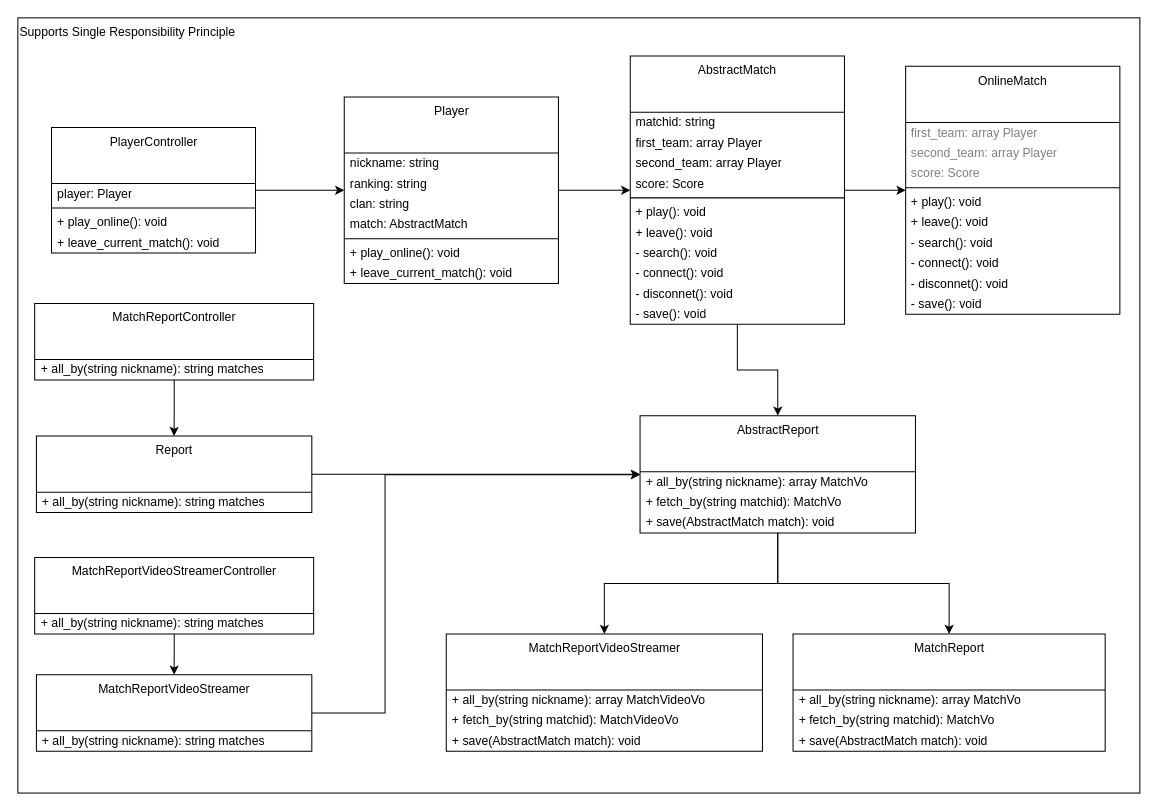
The draw.io diagram page "OCP" (9 of 9) of images/clean-code-clean-classes/clean-classes.drawio in GabrielSlima/blog, before the edit. Source tidied: cells renumbered, new cells numbered last; positions are measured from the earlier drawing's top-left corner, leaving out a move shared by most shapes. Both pictures are drawn from the tidied source at 102%, with x=0, y=0 at pixel (17, 17).
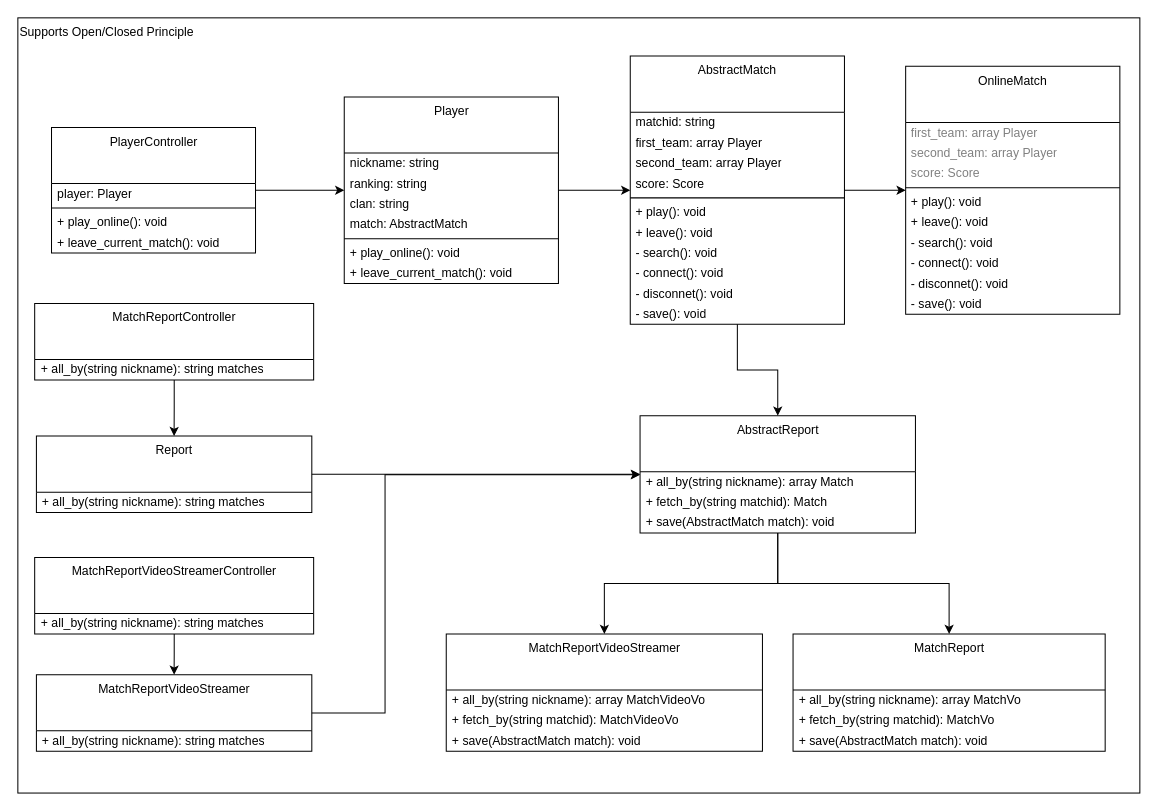
Above is the later version.

Unchanged cells that the change refers to:
```xml
<mxCell id="52" value="AbstractReport" style="swimlane;fontStyle=0;align=center;verticalAlign=top;horizontal=1;startSize=55;html=1;fillColor=none;" parent="1" vertex="1">
  <mxGeometry x="610" y="390" width="270" height="115" as="geometry" />
</mxCell>
```

Diff of the diagram source:
```diff
@@
-    <mxCell id="2" value="Supports Single Responsibility Principle" style="rounded=0;whiteSpace=wrap;html=1;fillColor=none;align=left;verticalAlign=top;" parent="1" vertex="1">
+    <mxCell id="2" value="Supports Open/Closed Principle" style="rounded=0;whiteSpace=wrap;html=1;fillColor=none;align=left;verticalAlign=top;" parent="1" vertex="1">
       <mxGeometry width="1100" height="760" as="geometry" />
     </mxCell>
@@
-    <mxCell id="53" value="+ all_by(string nickname): array MatchVo" style="text;html=1;strokeColor=none;fillColor=none;align=left;verticalAlign=middle;spacingLeft=4;spacingRight=4;overflow=hidden;" parent="52" vertex="1">
+    <mxCell id="53" value="+ all_by(string nickname): array Match" style="text;html=1;strokeColor=none;fillColor=none;align=left;verticalAlign=middle;spacingLeft=4;spacingRight=4;overflow=hidden;" parent="52" vertex="1">
       <mxGeometry y="55" width="270" height="20" as="geometry" />
     </mxCell>
-    <mxCell id="54" value="+ fetch_by(string matchid): MatchVo" style="text;html=1;strokeColor=none;fillColor=none;align=left;verticalAlign=middle;spacingLeft=4;spacingRight=4;overflow=hidden;" parent="52" vertex="1">
+    <mxCell id="54" value="+ fetch_by(string matchid): Match" style="text;html=1;strokeColor=none;fillColor=none;align=left;verticalAlign=middle;spacingLeft=4;spacingRight=4;overflow=hidden;" parent="52" vertex="1">
       <mxGeometry y="75" width="270" height="20" as="geometry" />
     </mxCell>
```
